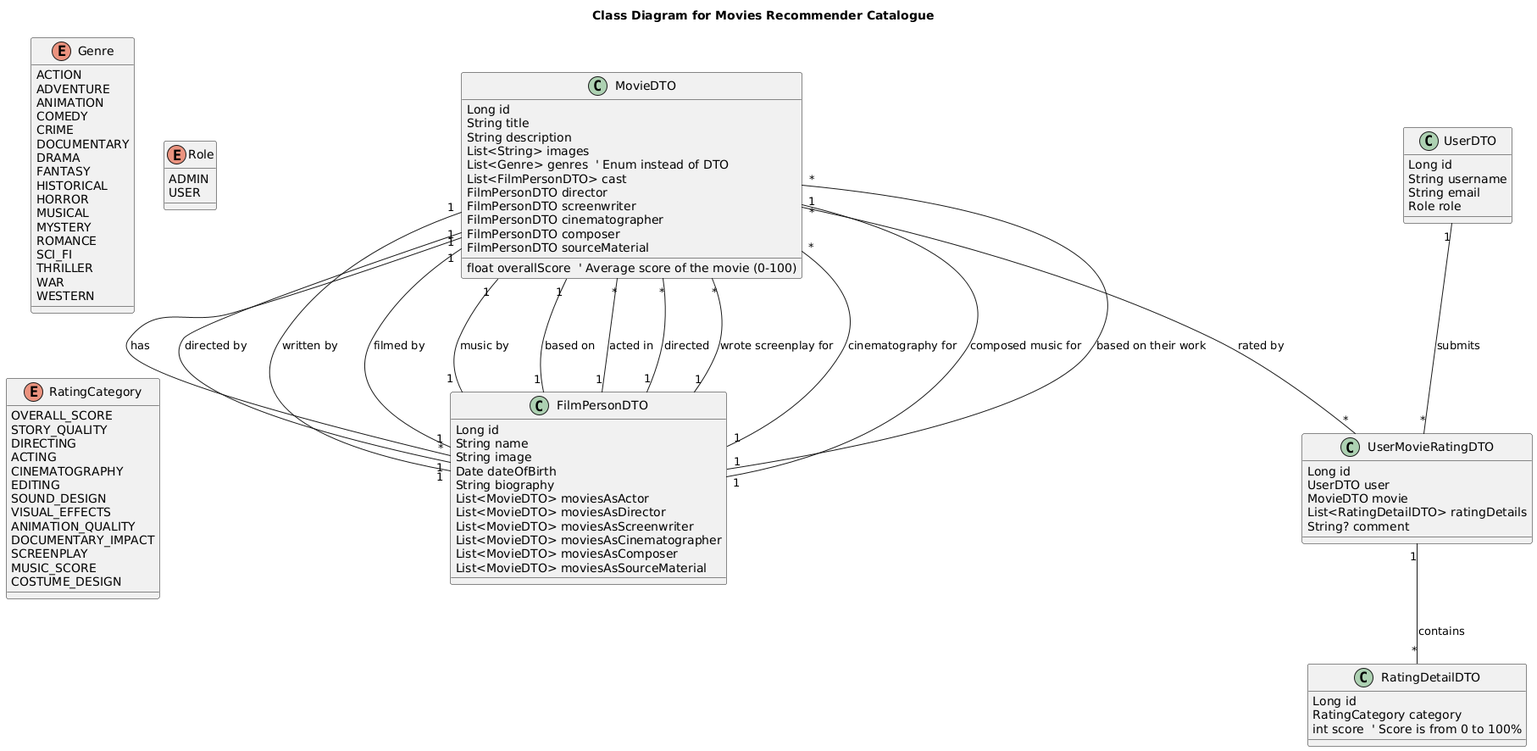
Above: images/classDiagram.png in HellroseSVK/movies-recommender-catalogue (PlantUML), before the change. Its diagram source:
```plantuml
@startuml
title Class Diagram for Movies Recommender Catalogue

top to bottom direction

class MovieDTO {
    Long id
    String title
    String description
    List<String> images
    List<Genre> genres  ' Enum instead of DTO
    float overallScore  ' Average score of the movie (0-100)
    List<FilmPersonDTO> cast
    FilmPersonDTO director
    FilmPersonDTO screenwriter
    FilmPersonDTO cinematographer
    FilmPersonDTO composer
    FilmPersonDTO sourceMaterial
}

enum Genre {
    ACTION
    ADVENTURE
    ANIMATION
    COMEDY
    CRIME
    DOCUMENTARY
    DRAMA
    FANTASY
    HISTORICAL
    HORROR
    MUSICAL
    MYSTERY
    ROMANCE
    SCI_FI
    THRILLER
    WAR
    WESTERN
}

class UserDTO {
    Long id
    String username
    String email
    Role role
}

enum Role {
    ADMIN
    USER
}

class UserMovieRatingDTO {
    Long id
    UserDTO user
    MovieDTO movie
    List<RatingDetailDTO> ratingDetails
    String? comment
}

class RatingDetailDTO {
    Long id
    RatingCategory category
    int score  ' Score is from 0 to 100%
}

enum RatingCategory {
    OVERALL_SCORE
    STORY_QUALITY
    DIRECTING
    ACTING
    CINEMATOGRAPHY
    EDITING
    SOUND_DESIGN
    VISUAL_EFFECTS
    ANIMATION_QUALITY
    DOCUMENTARY_IMPACT
    SCREENPLAY
    MUSIC_SCORE
    COSTUME_DESIGN
}

class FilmPersonDTO {
    Long id
    String name
    String image
    Date dateOfBirth
    String biography
    List<MovieDTO> moviesAsActor
    List<MovieDTO> moviesAsDirector
    List<MovieDTO> moviesAsScreenwriter
    List<MovieDTO> moviesAsCinematographer
    List<MovieDTO> moviesAsComposer
    List<MovieDTO> moviesAsSourceMaterial
}

MovieDTO "1" -- "*" UserMovieRatingDTO : rated by
UserDTO "1" -- "*" UserMovieRatingDTO : submits
UserMovieRatingDTO "1" -- "*" RatingDetailDTO : contains

MovieDTO "1" -- "*" FilmPersonDTO : has
MovieDTO "1" -- "1" FilmPersonDTO : directed by
MovieDTO "1" -- "1" FilmPersonDTO : written by
MovieDTO "1" -- "1" FilmPersonDTO : filmed by
MovieDTO "1" -- "1" FilmPersonDTO : music by
MovieDTO "1" -- "1" FilmPersonDTO : based on

FilmPersonDTO "1" -- "*" MovieDTO : acted in
FilmPersonDTO "1" -- "*" MovieDTO : directed
FilmPersonDTO "1" -- "*" MovieDTO : wrote screenplay for
FilmPersonDTO "1" -- "*" MovieDTO : cinematography for
FilmPersonDTO "1" -- "*" MovieDTO : composed music for
FilmPersonDTO "1" -- "*" MovieDTO : based on their work
@enduml
```
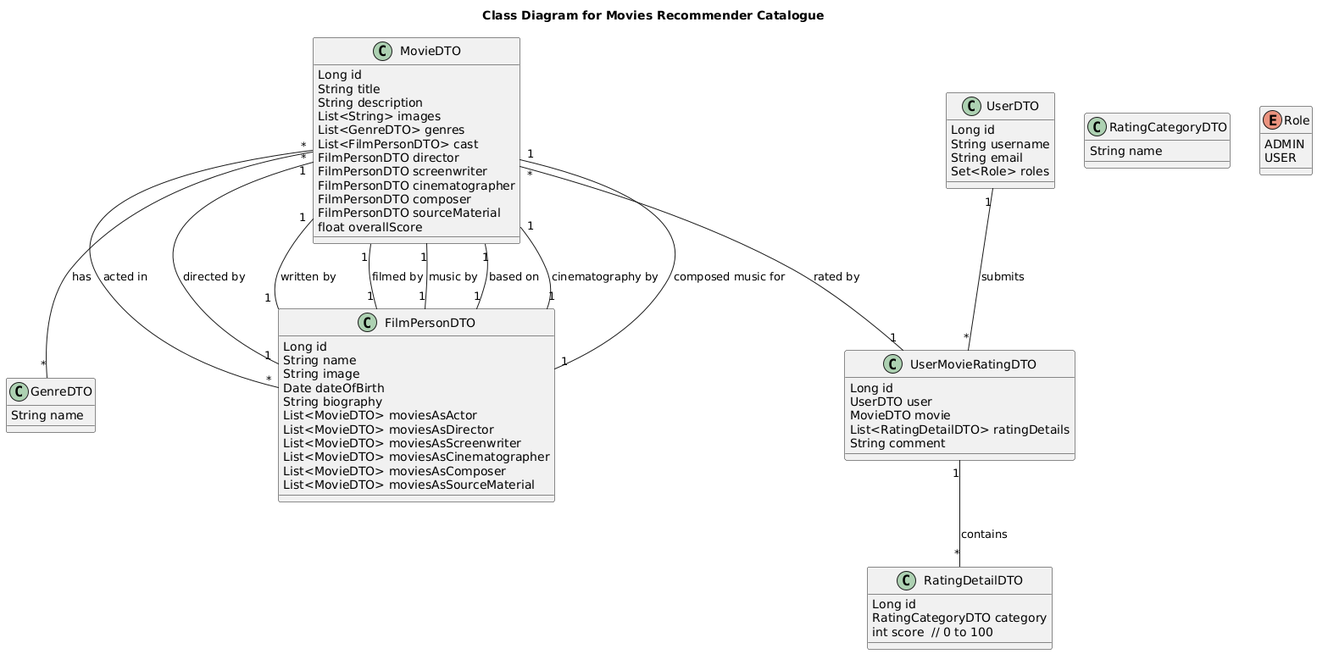
Above is the later version.

Commit message:
Fix: Genre enum and rating categories replaced with DTOs, users can now have multiple roles

What changed in the source:
```diff
@@ -1,114 +1,84 @@
 @startuml
 title Class Diagram for Movies Recommender Catalogue
 
-top to bottom direction
+class GenreDTO {
+  String name
+}
+
+class RatingCategoryDTO {
+  String name
+}
+
+
+enum Role {
+  ADMIN
+  USER
+}
+
+
+class UserDTO {
+  Long id
+  String username
+  String email
+  Set<Role> roles
+}
+
 
 class MovieDTO {
-    Long id
-    String title
-    String description
-    List<String> images
-    List<Genre> genres  ' Enum instead of DTO
-    float overallScore  ' Average score of the movie (0-100)
-    List<FilmPersonDTO> cast
-    FilmPersonDTO director
-    FilmPersonDTO screenwriter
-    FilmPersonDTO cinematographer
-    FilmPersonDTO composer
-    FilmPersonDTO sourceMaterial
+  Long id
+  String title
+  String description
+  List<String> images
+  List<GenreDTO> genres
+  List<FilmPersonDTO> cast
+  FilmPersonDTO director
+  FilmPersonDTO screenwriter
+  FilmPersonDTO cinematographer
+  FilmPersonDTO composer
+  FilmPersonDTO sourceMaterial
+  float overallScore
 }
 
-enum Genre {
-    ACTION
-    ADVENTURE
-    ANIMATION
-    COMEDY
-    CRIME
-    DOCUMENTARY
-    DRAMA
-    FANTASY
-    HISTORICAL
-    HORROR
-    MUSICAL
-    MYSTERY
-    ROMANCE
-    SCI_FI
-    THRILLER
-    WAR
-    WESTERN
+
+class FilmPersonDTO {
+  Long id
+  String name
+  String image
+  Date dateOfBirth
+  String biography
+  List<MovieDTO> moviesAsActor
+  List<MovieDTO> moviesAsDirector
+  List<MovieDTO> moviesAsScreenwriter
+  List<MovieDTO> moviesAsCinematographer
+  List<MovieDTO> moviesAsComposer
+  List<MovieDTO> moviesAsSourceMaterial
 }
 
-class UserDTO {
-    Long id
-    String username
-    String email
-    Role role
-}
-
-enum Role {
-    ADMIN
-    USER
-}
 
 class UserMovieRatingDTO {
-    Long id
-    UserDTO user
-    MovieDTO movie
-    List<RatingDetailDTO> ratingDetails
-    String? comment
+  Long id
+  UserDTO user
+  MovieDTO movie
+  List<RatingDetailDTO> ratingDetails
+  String comment
 }
 
 class RatingDetailDTO {
-    Long id
-    RatingCategory category
-    int score  ' Score is from 0 to 100%
+  Long id
+  RatingCategoryDTO category
+  int score  // 0 to 100
 }
 
-enum RatingCategory {
-    OVERALL_SCORE
-    STORY_QUALITY
-    DIRECTING
-    ACTING
-    CINEMATOGRAPHY
-    EDITING
-    SOUND_DESIGN
-    VISUAL_EFFECTS
-    ANIMATION_QUALITY
-    DOCUMENTARY_IMPACT
-    SCREENPLAY
-    MUSIC_SCORE
-    COSTUME_DESIGN
-}
-
-class FilmPersonDTO {
-    Long id
-    String name
-    String image
-    Date dateOfBirth
-    String biography
-    List<MovieDTO> moviesAsActor
-    List<MovieDTO> moviesAsDirector
-    List<MovieDTO> moviesAsScreenwriter
-    List<MovieDTO> moviesAsCinematographer
-    List<MovieDTO> moviesAsComposer
-    List<MovieDTO> moviesAsSourceMaterial
-}
-
-MovieDTO "1" -- "*" UserMovieRatingDTO : rated by
 UserDTO "1" -- "*" UserMovieRatingDTO : submits
 UserMovieRatingDTO "1" -- "*" RatingDetailDTO : contains
-
-MovieDTO "1" -- "*" FilmPersonDTO : has
+MovieDTO "*" -- "1" UserMovieRatingDTO : rated by
+MovieDTO "*" -- "*" GenreDTO : has
+MovieDTO "*" -- "*" FilmPersonDTO : acted in
 MovieDTO "1" -- "1" FilmPersonDTO : directed by
 MovieDTO "1" -- "1" FilmPersonDTO : written by
 MovieDTO "1" -- "1" FilmPersonDTO : filmed by
 MovieDTO "1" -- "1" FilmPersonDTO : music by
 MovieDTO "1" -- "1" FilmPersonDTO : based on
-
-FilmPersonDTO "1" -- "*" MovieDTO : acted in
-FilmPersonDTO "1" -- "*" MovieDTO : directed
-FilmPersonDTO "1" -- "*" MovieDTO : wrote screenplay for
-FilmPersonDTO "1" -- "*" MovieDTO : cinematography for
-FilmPersonDTO "1" -- "*" MovieDTO : composed music for
-FilmPersonDTO "1" -- "*" MovieDTO : based on their work
+MovieDTO "1" -- "1" FilmPersonDTO : cinematography by
+MovieDTO "1" -- "1" FilmPersonDTO : composed music for
 @enduml
```
